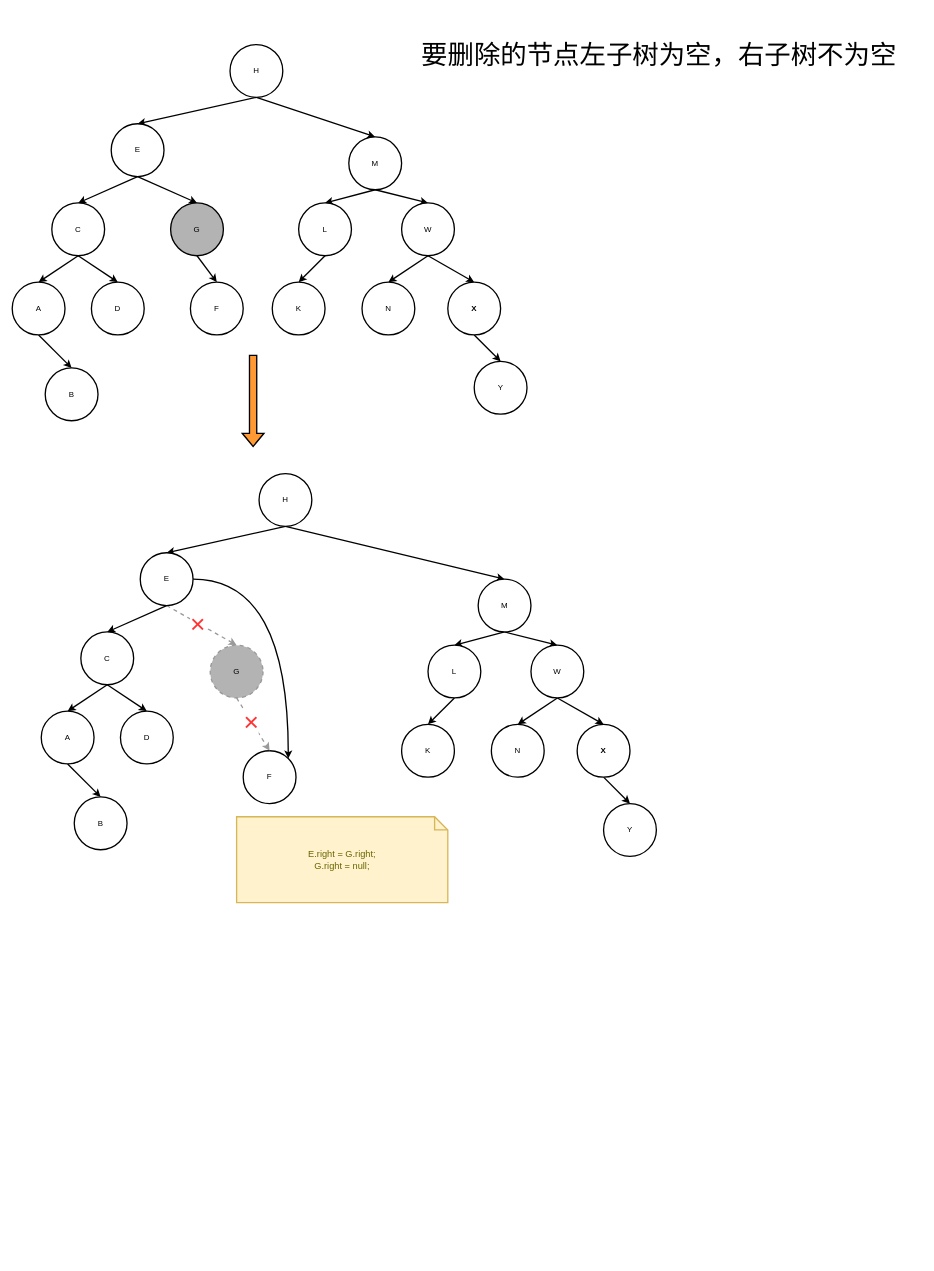
The draw.io diagram page "左子树为空，右子树不为空" (2 of 4) of 数据结构与算法/二叉树.drawio in LiHuiBin1995/study-java, before the edit. Source tidied: cells renumbered, new cells numbered last; positions are measured from the earlier drawing's top-left corner, leaving out a move shared by most shapes. Both pictures are drawn from the tidied source at 66%, with x=0, y=0 at pixel (12, 11).
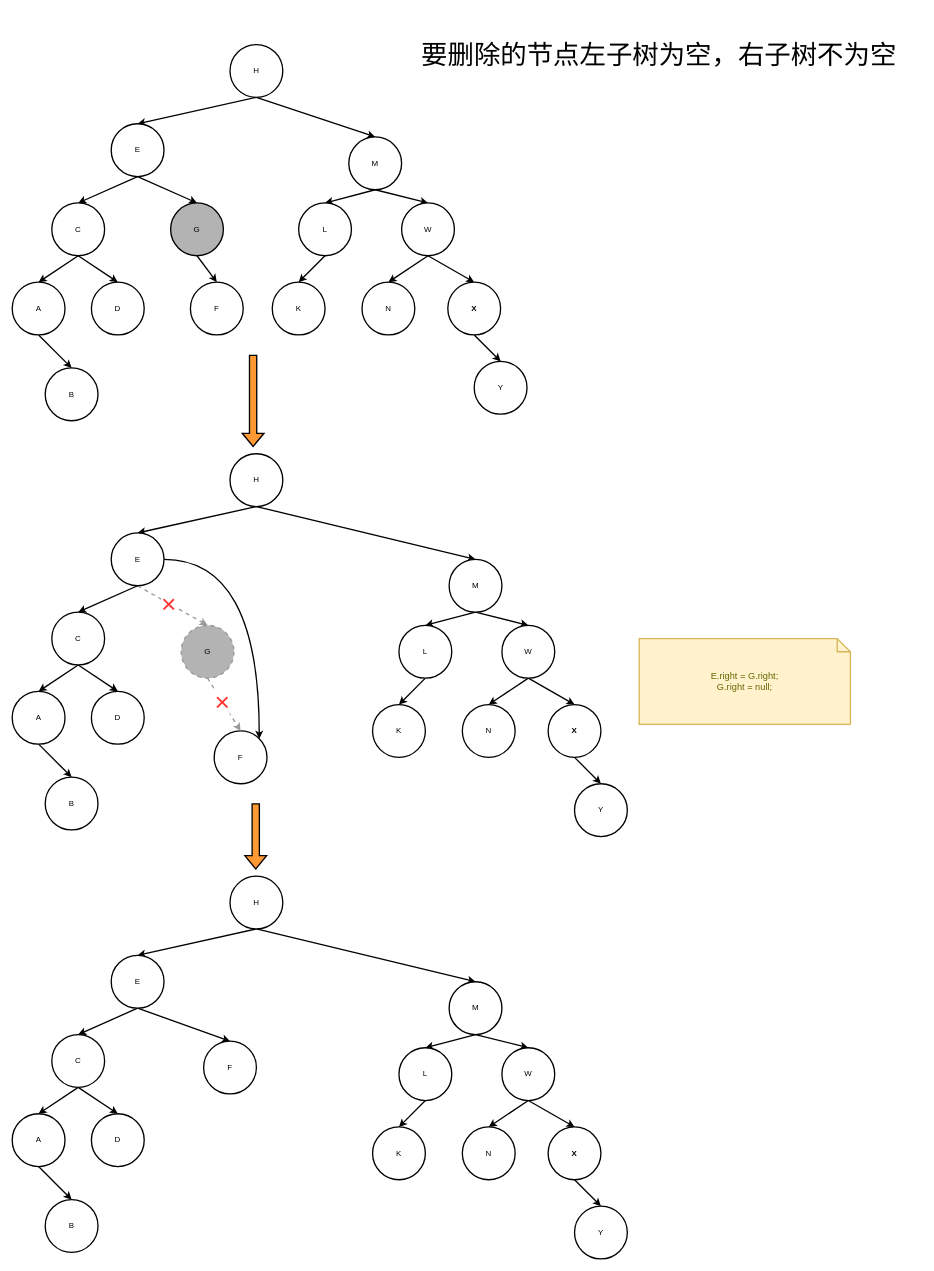
After the change.

What changed in the source:
```diff
@@
     <mxCell id="34" value="H" style="ellipse;whiteSpace=wrap;html=1;strokeWidth=2;" parent="1" vertex="1">
-      <mxGeometry x="374" y="700" width="80" height="80" as="geometry" />
+      <mxGeometry x="330" y="670" width="80" height="80" as="geometry" />
     </mxCell>
@@
     <mxCell id="37" value="M" style="ellipse;whiteSpace=wrap;html=1;strokeWidth=2;" parent="1" vertex="1">
-      <mxGeometry x="706" y="860" width="80" height="80" as="geometry" />
+      <mxGeometry x="662" y="830" width="80" height="80" as="geometry" />
     </mxCell>
@@
     <mxCell id="39" value="A" style="ellipse;whiteSpace=wrap;html=1;strokeWidth=2;" parent="1" vertex="1">
-      <mxGeometry x="44" y="1060" width="80" height="80" as="geometry" />
+      <mxGeometry y="1030" width="80" height="80" as="geometry" />
     </mxCell>
     <mxCell id="40" value="D" style="ellipse;whiteSpace=wrap;html=1;strokeWidth=2;" parent="1" vertex="1">
-      <mxGeometry x="164" y="1060" width="80" height="80" as="geometry" />
+      <mxGeometry x="120" y="1030" width="80" height="80" as="geometry" />
     </mxCell>
@@
     <mxCell id="43" value="C" style="ellipse;whiteSpace=wrap;html=1;strokeWidth=2;" parent="1" vertex="1">
-      <mxGeometry x="104" y="940" width="80" height="80" as="geometry" />
+      <mxGeometry x="60" y="910" width="80" height="80" as="geometry" />
     </mxCell>
     <mxCell id="44" value="B" style="ellipse;whiteSpace=wrap;html=1;strokeWidth=2;fillColor=#FFFFFF;" parent="1" vertex="1">
-      <mxGeometry x="94" y="1190" width="80" height="80" as="geometry" />
+      <mxGeometry x="50" y="1160" width="80" height="80" as="geometry" />
     </mxCell>
@@
     <mxCell id="49" value="E" style="ellipse;whiteSpace=wrap;html=1;strokeWidth=2;" parent="1" vertex="1">
-      <mxGeometry x="194" y="820" width="80" height="80" as="geometry" />
+      <mxGeometry x="150" y="790" width="80" height="80" as="geometry" />
     </mxCell>
     <mxCell id="50" value="F" style="ellipse;whiteSpace=wrap;html=1;strokeWidth=2;" parent="1" vertex="1">
-      <mxGeometry x="350" y="1120" width="80" height="80" as="geometry" />
+      <mxGeometry x="306" y="1090" width="80" height="80" as="geometry" />
     </mxCell>
@@
     <mxCell id="53" value="G" style="ellipse;whiteSpace=wrap;html=1;strokeWidth=2;fillColor=#B3B3B3;dashed=1;strokeColor=#999999;" parent="1" vertex="1">
-      <mxGeometry x="300" y="960" width="80" height="80" as="geometry" />
+      <mxGeometry x="256" y="930" width="80" height="80" as="geometry" />
     </mxCell>
@@
     <mxCell id="55" value="L" style="ellipse;whiteSpace=wrap;html=1;strokeWidth=2;" parent="1" vertex="1">
-      <mxGeometry x="630" y="960" width="80" height="80" as="geometry" />
+      <mxGeometry x="586" y="930" width="80" height="80" as="geometry" />
     </mxCell>
@@
     <mxCell id="58" value="W" style="ellipse;whiteSpace=wrap;html=1;strokeWidth=2;" parent="1" vertex="1">
-      <mxGeometry x="786" y="960" width="80" height="80" as="geometry" />
+      <mxGeometry x="742" y="930" width="80" height="80" as="geometry" />
     </mxCell>
     <mxCell id="59" value="K" style="ellipse;whiteSpace=wrap;html=1;strokeWidth=2;" parent="1" vertex="1">
-      <mxGeometry x="590" y="1080" width="80" height="80" as="geometry" />
+      <mxGeometry x="546" y="1050" width="80" height="80" as="geometry" />
     </mxCell>
     <mxCell id="60" value="N" style="ellipse;whiteSpace=wrap;html=1;strokeWidth=2;" parent="1" vertex="1">
-      <mxGeometry x="726" y="1080" width="80" height="80" as="geometry" />
+      <mxGeometry x="682" y="1050" width="80" height="80" as="geometry" />
     </mxCell>
@@
     <mxCell id="62" value="X" style="ellipse;whiteSpace=wrap;html=1;strokeWidth=2;fontStyle=1;" parent="1" vertex="1">
-      <mxGeometry x="856" y="1080" width="80" height="80" as="geometry" />
+      <mxGeometry x="812" y="1050" width="80" height="80" as="geometry" />
     </mxCell>
     <mxCell id="63" value="Y" style="ellipse;whiteSpace=wrap;html=1;strokeWidth=2;" parent="1" vertex="1">
-      <mxGeometry x="896" y="1200" width="80" height="80" as="geometry" />
+      <mxGeometry x="852" y="1170" width="80" height="80" as="geometry" />
     </mxCell>
@@
     <mxCell id="65" value="E.right = G.right;&lt;br&gt;G.right = null;" style="shape=note;strokeWidth=2;fontSize=14;size=20;whiteSpace=wrap;html=1;fillColor=#fff2cc;strokeColor=#d6b656;fontColor=#666600;verticalAlign=middle;" parent="1" vertex="1">
-      <mxGeometry x="340" y="1220" width="320" height="130" as="geometry" />
+      <mxGeometry x="950" y="950" width="320" height="130" as="geometry" />
     </mxCell>
+    <mxCell id="66" style="rounded=0;jettySize=auto;html=1;exitX=0.5;exitY=1;exitDx=0;exitDy=0;strokeWidth=2;entryX=0.5;entryY=0;entryDx=0;entryDy=0;" parent="1" edge="1" source="68" target="81">
+      <mxGeometry relative="1" as="geometry" />
+    </mxCell>
+    <mxCell id="67" style="edgeStyle=none;rounded=0;jettySize=auto;html=1;exitX=0.5;exitY=1;exitDx=0;exitDy=0;entryX=0.5;entryY=0;entryDx=0;entryDy=0;strokeWidth=2;" parent="1" edge="1" source="68" target="71">
+      <mxGeometry relative="1" as="geometry" />
+    </mxCell>
+    <mxCell id="68" value="H" style="ellipse;whiteSpace=wrap;html=1;strokeWidth=2;" parent="1" vertex="1">
+      <mxGeometry x="330" y="1310" width="80" height="80" as="geometry" />
+    </mxCell>
+    <mxCell id="69" style="edgeStyle=none;rounded=0;jettySize=auto;html=1;exitX=0.5;exitY=1;exitDx=0;exitDy=0;entryX=0.5;entryY=0;entryDx=0;entryDy=0;strokeWidth=2;" parent="1" edge="1" source="71" target="84">
+      <mxGeometry relative="1" as="geometry" />
+    </mxCell>
+    <mxCell id="70" style="edgeStyle=none;rounded=0;jettySize=auto;html=1;exitX=0.5;exitY=1;exitDx=0;exitDy=0;entryX=0.5;entryY=0;entryDx=0;entryDy=0;strokeWidth=2;" parent="1" edge="1" source="71" target="87">
+      <mxGeometry relative="1" as="geometry" />
+    </mxCell>
+    <mxCell id="71" value="M" style="ellipse;whiteSpace=wrap;html=1;strokeWidth=2;" parent="1" vertex="1">
+      <mxGeometry x="662" y="1470" width="80" height="80" as="geometry" />
+    </mxCell>
+    <mxCell id="72" style="edgeStyle=none;rounded=0;jettySize=auto;html=1;exitX=0.5;exitY=1;exitDx=0;exitDy=0;entryX=0.5;entryY=0;entryDx=0;entryDy=0;strokeWidth=2;" parent="1" edge="1" source="73" target="78">
+      <mxGeometry relative="1" as="geometry" />
+    </mxCell>
+    <mxCell id="73" value="A" style="ellipse;whiteSpace=wrap;html=1;strokeWidth=2;" parent="1" vertex="1">
+      <mxGeometry y="1670" width="80" height="80" as="geometry" />
+    </mxCell>
+    <mxCell id="74" value="D" style="ellipse;whiteSpace=wrap;html=1;strokeWidth=2;" parent="1" vertex="1">
+      <mxGeometry x="120" y="1670" width="80" height="80" as="geometry" />
+    </mxCell>
+    <mxCell id="75" style="edgeStyle=none;rounded=0;jettySize=auto;html=1;exitX=0.5;exitY=1;exitDx=0;exitDy=0;entryX=0.5;entryY=0;entryDx=0;entryDy=0;strokeWidth=2;" parent="1" edge="1" source="77" target="74">
+      <mxGeometry relative="1" as="geometry" />
+    </mxCell>
+    <mxCell id="76" style="edgeStyle=none;rounded=0;jettySize=auto;html=1;exitX=0.5;exitY=1;exitDx=0;exitDy=0;entryX=0.5;entryY=0;entryDx=0;entryDy=0;strokeWidth=2;" parent="1" edge="1" source="77" target="73">
+      <mxGeometry relative="1" as="geometry" />
+    </mxCell>
+    <mxCell id="77" value="C" style="ellipse;whiteSpace=wrap;html=1;strokeWidth=2;" parent="1" vertex="1">
+      <mxGeometry x="60" y="1550" width="80" height="80" as="geometry" />
+    </mxCell>
+    <mxCell id="78" value="B" style="ellipse;whiteSpace=wrap;html=1;strokeWidth=2;fillColor=#FFFFFF;" parent="1" vertex="1">
+      <mxGeometry x="50" y="1800" width="80" height="80" as="geometry" />
+    </mxCell>
+    <mxCell id="79" style="edgeStyle=none;rounded=0;jettySize=auto;html=1;exitX=0.5;exitY=1;exitDx=0;exitDy=0;entryX=0.5;entryY=0;entryDx=0;entryDy=0;strokeWidth=2;" parent="1" edge="1" source="81" target="77">
+      <mxGeometry relative="1" as="geometry" />
+    </mxCell>
+    <mxCell id="80" style="rounded=0;jettySize=auto;html=1;exitX=0.5;exitY=1;exitDx=0;exitDy=0;entryX=0.5;entryY=0;entryDx=0;entryDy=0;fontSize=40;fontColor=#FF3333;strokeColor=#000000;strokeWidth=2;fillColor=#FF9933;" parent="1" edge="1" source="81" target="82">
+      <mxGeometry relative="1" as="geometry" />
+    </mxCell>
+    <mxCell id="81" value="E" style="ellipse;whiteSpace=wrap;html=1;strokeWidth=2;" parent="1" vertex="1">
+      <mxGeometry x="150" y="1430" width="80" height="80" as="geometry" />
+    </mxCell>
+    <mxCell id="82" value="F" style="ellipse;whiteSpace=wrap;html=1;strokeWidth=2;" parent="1" vertex="1">
+      <mxGeometry x="290" y="1560" width="80" height="80" as="geometry" />
+    </mxCell>
+    <mxCell id="83" style="edgeStyle=none;rounded=0;jettySize=auto;html=1;exitX=0.5;exitY=1;exitDx=0;exitDy=0;entryX=0.5;entryY=0;entryDx=0;entryDy=0;strokeWidth=2;" parent="1" edge="1" source="84" target="88">
+      <mxGeometry relative="1" as="geometry" />
+    </mxCell>
+    <mxCell id="84" value="L" style="ellipse;whiteSpace=wrap;html=1;strokeWidth=2;" parent="1" vertex="1">
+      <mxGeometry x="586" y="1570" width="80" height="80" as="geometry" />
+    </mxCell>
+    <mxCell id="85" style="edgeStyle=none;rounded=0;jettySize=auto;html=1;exitX=0.5;exitY=1;exitDx=0;exitDy=0;entryX=0.5;entryY=0;entryDx=0;entryDy=0;strokeWidth=2;" parent="1" edge="1" source="87" target="89">
+      <mxGeometry relative="1" as="geometry" />
+    </mxCell>
+    <mxCell id="86" style="edgeStyle=none;rounded=0;jettySize=auto;html=1;exitX=0.5;exitY=1;exitDx=0;exitDy=0;entryX=0.5;entryY=0;entryDx=0;entryDy=0;strokeWidth=2;" parent="1" edge="1" source="87" target="91">
+      <mxGeometry relative="1" as="geometry" />
+    </mxCell>
+    <mxCell id="87" value="W" style="ellipse;whiteSpace=wrap;html=1;strokeWidth=2;" parent="1" vertex="1">
+      <mxGeometry x="742" y="1570" width="80" height="80" as="geometry" />
+    </mxCell>
+    <mxCell id="88" value="K" style="ellipse;whiteSpace=wrap;html=1;strokeWidth=2;" parent="1" vertex="1">
+      <mxGeometry x="546" y="1690" width="80" height="80" as="geometry" />
+    </mxCell>
+    <mxCell id="89" value="N" style="ellipse;whiteSpace=wrap;html=1;strokeWidth=2;" parent="1" vertex="1">
+      <mxGeometry x="682" y="1690" width="80" height="80" as="geometry" />
+    </mxCell>
+    <mxCell id="90" style="edgeStyle=none;rounded=0;jettySize=auto;html=1;exitX=0.5;exitY=1;exitDx=0;exitDy=0;entryX=0.5;entryY=0;entryDx=0;entryDy=0;strokeWidth=2;" parent="1" edge="1" source="91" target="92">
+      <mxGeometry relative="1" as="geometry" />
+    </mxCell>
+    <mxCell id="91" value="X" style="ellipse;whiteSpace=wrap;html=1;strokeWidth=2;fontStyle=1;" parent="1" vertex="1">
+      <mxGeometry x="812" y="1690" width="80" height="80" as="geometry" />
+    </mxCell>
+    <mxCell id="92" value="Y" style="ellipse;whiteSpace=wrap;html=1;strokeWidth=2;" parent="1" vertex="1">
+      <mxGeometry x="852" y="1810" width="80" height="80" as="geometry" />
+    </mxCell>
+    <mxCell id="93" style="shape=flexArrow;endArrow=classic;html=1;rounded=0;fontSize=40;fontColor=#FF3333;strokeColor=#000000;strokeWidth=2;fillColor=#FF9933;curved=1;" parent="1" edge="1">
+      <mxGeometry relative="1" as="geometry">
+        <mxPoint x="369" y="1199.5" as="sourcePoint" />
+        <mxPoint x="369" y="1300" as="targetPoint" />
+      </mxGeometry>
+    </mxCell>
```
